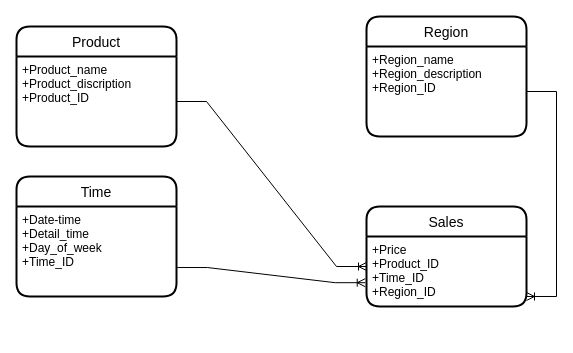
irinapisarchik/Data-analyze keeps this draw.io diagram as page "Logical" (2 of 3) of Models.drawio. Above is the earlier version. Source tidied: cells renumbered, new cells numbered last; positions are measured from the earlier drawing's top-left corner, leaving out a move shared by most shapes. Both pictures are drawn from the tidied source at 100%, with x=0, y=0 at pixel (16, 16).
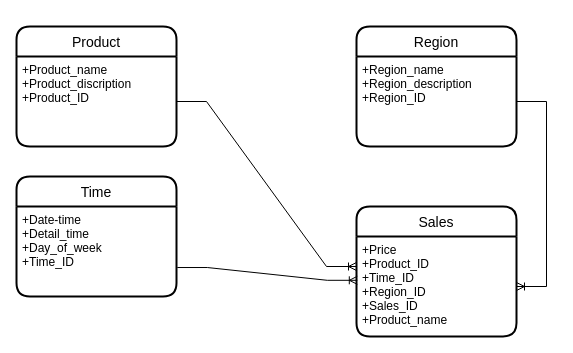
The same page after the edit.

Change to the diagram source:
```diff
@@
 <mxGraphModel>
   <root>
     <mxCell id="0" />
     <mxCell id="1" parent="0" />
-    <mxCell id="2" style="edgeStyle=entityRelationEdgeStyle;fontSize=12;html=1;endArrow=ERoneToMany;rounded=0;exitX=1;exitY=0.5;exitDx=0;exitDy=0;entryX=1;entryY=0.857;entryDx=0;entryDy=0;entryPerimeter=0;" parent="1" edge="1" source="10" target="12">
+    <mxCell id="2" style="edgeStyle=entityRelationEdgeStyle;fontSize=12;html=1;endArrow=ERoneToMany;rounded=0;exitX=1;exitY=0.5;exitDx=0;exitDy=0;entryX=1;entryY=0.5;entryDx=0;entryDy=0;" parent="1" edge="1" source="10" target="12">
       <mxGeometry relative="1" as="geometry" />
     </mxCell>
     <mxCell id="3" value="Time" style="swimlane;horizontal=1;startSize=30;rounded=1;fontSize=14;fontStyle=0;strokeWidth=2;shadow=0;dashed=0;align=center;" parent="1" vertex="1">
       <mxGeometry y="160" width="160" height="120" as="geometry" />
     </mxCell>
     <mxCell id="4" value="+Date-time&#10;+Detail_time&#10;+Day_of_week&#10;+Time_ID" style="align=left;strokeColor=none;fillColor=none;spacingLeft=4;fontSize=12;verticalAlign=top;" parent="3" vertex="1">
       <mxGeometry y="30" width="160" height="90" as="geometry" />
     </mxCell>
     <mxCell id="5" style="align=left;strokeColor=none;fillColor=none;spacingLeft=4;fontSize=12;verticalAlign=top;" parent="3" vertex="1">
       <mxGeometry y="120" width="160" as="geometry" />
     </mxCell>
     <mxCell id="6" style="align=left;strokeColor=none;fillColor=none;spacingLeft=4;fontSize=12;verticalAlign=top;" parent="3" vertex="1">
       <mxGeometry y="120" width="160" as="geometry" />
     </mxCell>
     <mxCell id="7" value="Product" style="swimlane;horizontal=1;startSize=30;rounded=1;fontSize=14;fontStyle=0;strokeWidth=2;shadow=0;dashed=0;align=center;" parent="1" vertex="1">
       <mxGeometry y="10" width="160" height="120" as="geometry" />
     </mxCell>
     <mxCell id="8" value="+Product_name&#10;+Product_discription&#10;+Product_ID" style="align=left;strokeColor=none;fillColor=none;spacingLeft=4;fontSize=12;verticalAlign=top;" parent="7" vertex="1">
       <mxGeometry y="30" width="160" height="90" as="geometry" />
     </mxCell>
     <mxCell id="9" value="Region" style="swimlane;horizontal=1;startSize=30;rounded=1;fontSize=14;fontStyle=0;strokeWidth=2;shadow=0;dashed=0;align=center;" parent="1" vertex="1">
-      <mxGeometry x="350" width="160" height="120" as="geometry" />
+      <mxGeometry x="340" y="10" width="160" height="120" as="geometry" />
     </mxCell>
     <mxCell id="10" value="+Region_name&#10;+Region_description&#10;+Region_ID" style="align=left;strokeColor=none;fillColor=none;spacingLeft=4;fontSize=12;verticalAlign=top;" parent="9" vertex="1">
       <mxGeometry y="30" width="160" height="90" as="geometry" />
     </mxCell>
     <mxCell id="11" value="Sales" style="swimlane;horizontal=1;startSize=30;rounded=1;fontSize=14;fontStyle=0;strokeWidth=2;shadow=0;dashed=0;align=center;" parent="1" vertex="1">
-      <mxGeometry x="350" y="190" width="160" height="100" as="geometry" />
+      <mxGeometry x="340" y="190" width="160" height="130" as="geometry" />
     </mxCell>
-    <mxCell id="12" value="+Price&#10;+Product_ID&#10;+Time_ID&#10;+Region_ID&#10;&#10;" style="align=left;strokeColor=none;fillColor=none;spacingLeft=4;fontSize=12;verticalAlign=top;" parent="11" vertex="1">
-      <mxGeometry y="30" width="160" height="70" as="geometry" />
+    <mxCell id="12" value="+Price&#10;+Product_ID&#10;+Time_ID&#10;+Region_ID&#10;+Sales_ID&#10;+Product_name&#10;&#10;" style="align=left;strokeColor=none;fillColor=none;spacingLeft=4;fontSize=12;verticalAlign=top;" parent="11" vertex="1">
+      <mxGeometry y="30" width="160" height="100" as="geometry" />
     </mxCell>
     <mxCell id="13" style="edgeStyle=entityRelationEdgeStyle;fontSize=12;html=1;endArrow=ERoneToMany;rounded=0;" parent="1" edge="1" source="8">
       <mxGeometry relative="1" as="geometry">
-        <mxPoint x="350" y="250" as="targetPoint" />
+        <mxPoint x="340" y="250" as="targetPoint" />
       </mxGeometry>
     </mxCell>
-    <mxCell id="14" style="edgeStyle=entityRelationEdgeStyle;fontSize=12;html=1;endArrow=ERoneToMany;rounded=0;entryX=-0.008;entryY=0.66;entryDx=0;entryDy=0;entryPerimeter=0;exitX=1.005;exitY=0.678;exitDx=0;exitDy=0;exitPerimeter=0;" parent="1" edge="1" source="4" target="12">
+    <mxCell id="14" style="edgeStyle=entityRelationEdgeStyle;fontSize=12;html=1;endArrow=ERoneToMany;rounded=0;entryX=0.005;entryY=0.438;entryDx=0;entryDy=0;exitX=1.005;exitY=0.678;exitDx=0;exitDy=0;exitPerimeter=0;entryPerimeter=0;" parent="1" edge="1" source="4" target="12">
       <mxGeometry relative="1" as="geometry" />
     </mxCell>
   </root>
 </mxGraphModel>
```
